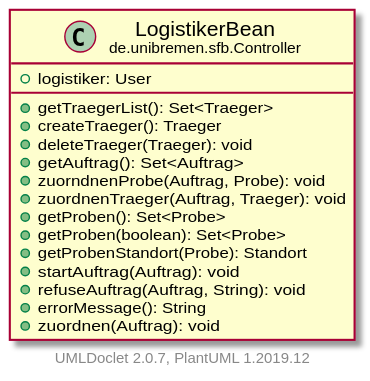
This is doc/UML/modulsichtSVG/LogistikerBean.svg from fkehlenb/softwareprojekt-2, a PlantUML export, as it was before one commit.
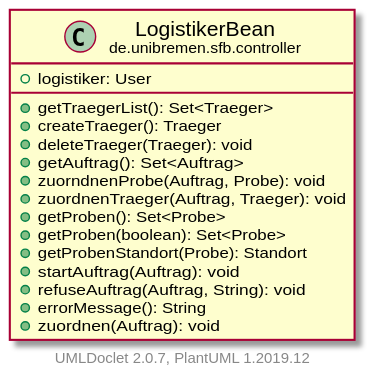
After the commit.

The edit, as a diff of the source:
```diff
@@ -3,7 +3,7 @@
     hide empty fields
     hide empty methods
 
-    class "<size:14>LogistikerBean\n<size:10>de.unibremen.sfb.Controller" as de.unibremen.sfb.Controller.LogistikerBean [[LogistikerBean.html]] {
+    class "<size:14>LogistikerBean\n<size:10>de.unibremen.sfb.controller" as de.unibremen.sfb.controller.LogistikerBean [[LogistikerBean.html]] {
         +logistiker: User
         +getTraegerList(): Set<Traeger>
         +createTraeger(): Traeger
```
